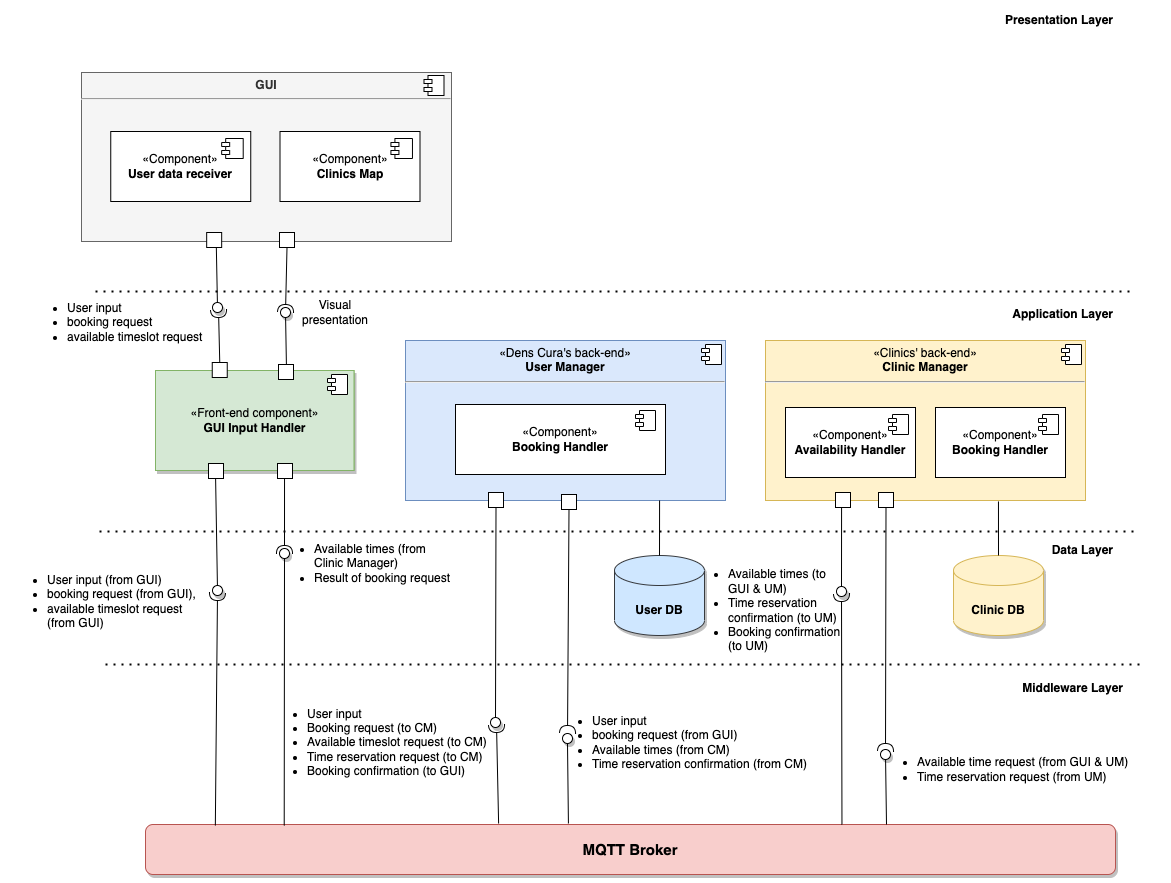
Above: component_diagram.png in Sannazak/DIT356-Distributed-Systems-Main (draw.io), before the change. Source tidied: cells renumbered, new cells last; positions are measured from the earlier drawing's top-left corner, leaving out a move shared by most shapes.
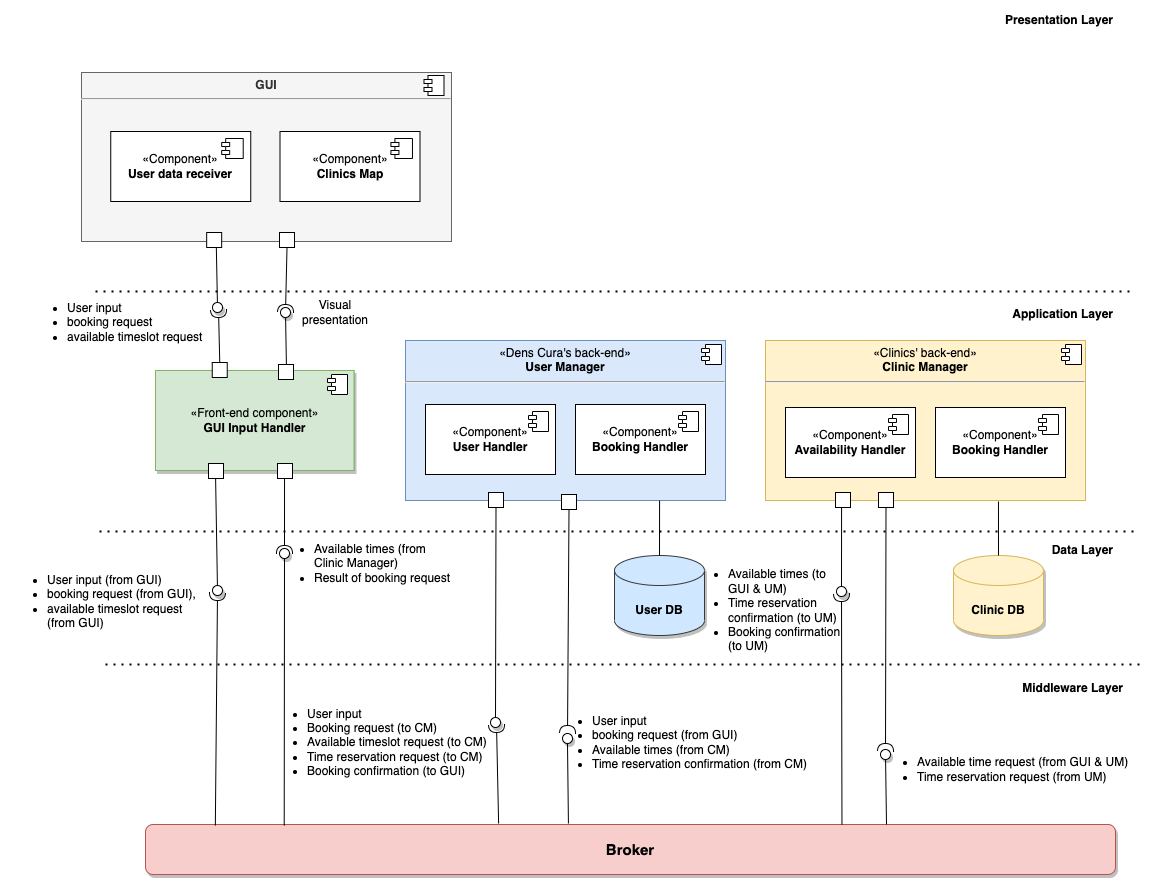
Above is the later version.

Commit message:
Update component diagram

The edit, as a diff of the source:
```diff
@@ -112,20 +112,28 @@
         <mxPoint x="-24" y="4" as="offset" />
       </mxGeometry>
     </mxCell>
-    <mxCell id="31" value="«Component»&lt;br&gt;&lt;b&gt;Booking Handler&lt;/b&gt;" style="html=1;whiteSpace=wrap;" parent="28" vertex="1">
-      <mxGeometry x="50" y="64" width="210" height="70" as="geometry" />
-    </mxCell>
-    <mxCell id="32" style="shape=module;jettyWidth=8;jettyHeight=4;" parent="28" vertex="1">
-      <mxGeometry x="230" y="70" width="20" height="20" as="geometry">
-        <mxPoint x="-27" y="7" as="offset" />
-      </mxGeometry>
-    </mxCell>
     <mxCell id="33" style="whiteSpace=wrap;html=1;shadow=0;sketch=0;glass=0;" parent="28" vertex="1">
       <mxGeometry x="83" y="152" width="15" height="15" as="geometry" />
     </mxCell>
     <mxCell id="34" style="whiteSpace=wrap;html=1;shadow=0;sketch=0;glass=0;" parent="28" vertex="1">
       <mxGeometry x="156" y="154" width="15" height="15" as="geometry" />
     </mxCell>
+    <mxCell id="80" value="«Component»&lt;br&gt;&lt;b&gt;User Handler&lt;/b&gt;" style="html=1;whiteSpace=wrap;" parent="28" vertex="1">
+      <mxGeometry x="20" y="64" width="130" height="70" as="geometry" />
+    </mxCell>
+    <mxCell id="31" value="«Component»&lt;br&gt;&lt;b&gt;Booking Handler&lt;/b&gt;" style="html=1;whiteSpace=wrap;" parent="28" vertex="1">
+      <mxGeometry x="170" y="64" width="130" height="70" as="geometry" />
+    </mxCell>
+    <mxCell id="81" style="shape=module;jettyWidth=8;jettyHeight=4;" parent="28" vertex="1">
+      <mxGeometry x="123" y="71" width="20" height="20" as="geometry">
+        <mxPoint x="-27" y="7" as="offset" />
+      </mxGeometry>
+    </mxCell>
+    <mxCell id="82" style="shape=module;jettyWidth=8;jettyHeight=4;" parent="28" vertex="1">
+      <mxGeometry x="273" y="71" width="20" height="20" as="geometry">
+        <mxPoint x="-27" y="7" as="offset" />
+      </mxGeometry>
+    </mxCell>
     <mxCell id="35" style="group;" parent="1" vertex="1">
       <mxGeometry x="760" y="335" width="320" height="169" as="geometry" />
     </mxCell>
@@ -162,7 +170,7 @@
     <mxCell id="44" style="whiteSpace=wrap;html=1;shadow=0;sketch=0;glass=0;" parent="35" vertex="1">
       <mxGeometry x="113" y="152" width="15" height="15" as="geometry" />
     </mxCell>
-    <mxCell id="45" value="&lt;b&gt;MQTT Broker&lt;/b&gt;" style="rounded=1;whiteSpace=wrap;html=1;shadow=1;fontSize=15;fillColor=#f8cecc;strokeColor=#b85450;" parent="1" vertex="1">
+    <mxCell id="45" value="&lt;b&gt;Broker&lt;/b&gt;" style="rounded=1;whiteSpace=wrap;html=1;shadow=1;fontSize=15;fillColor=#f8cecc;strokeColor=#b85450;" parent="1" vertex="1">
       <mxGeometry x="140" y="819" width="970" height="50" as="geometry" />
     </mxCell>
     <mxCell id="46" value="&lt;b&gt;&lt;font style=&quot;font-size: 12px;&quot;&gt;User DB&lt;/font&gt;&lt;/b&gt;" style="shape=cylinder3;whiteSpace=wrap;html=1;boundedLbl=1;backgroundOutline=1;size=15;shadow=1;fontSize=15;fillColor=#CFE7FF;strokeColor=#36393d;" parent="1" vertex="1">
```
